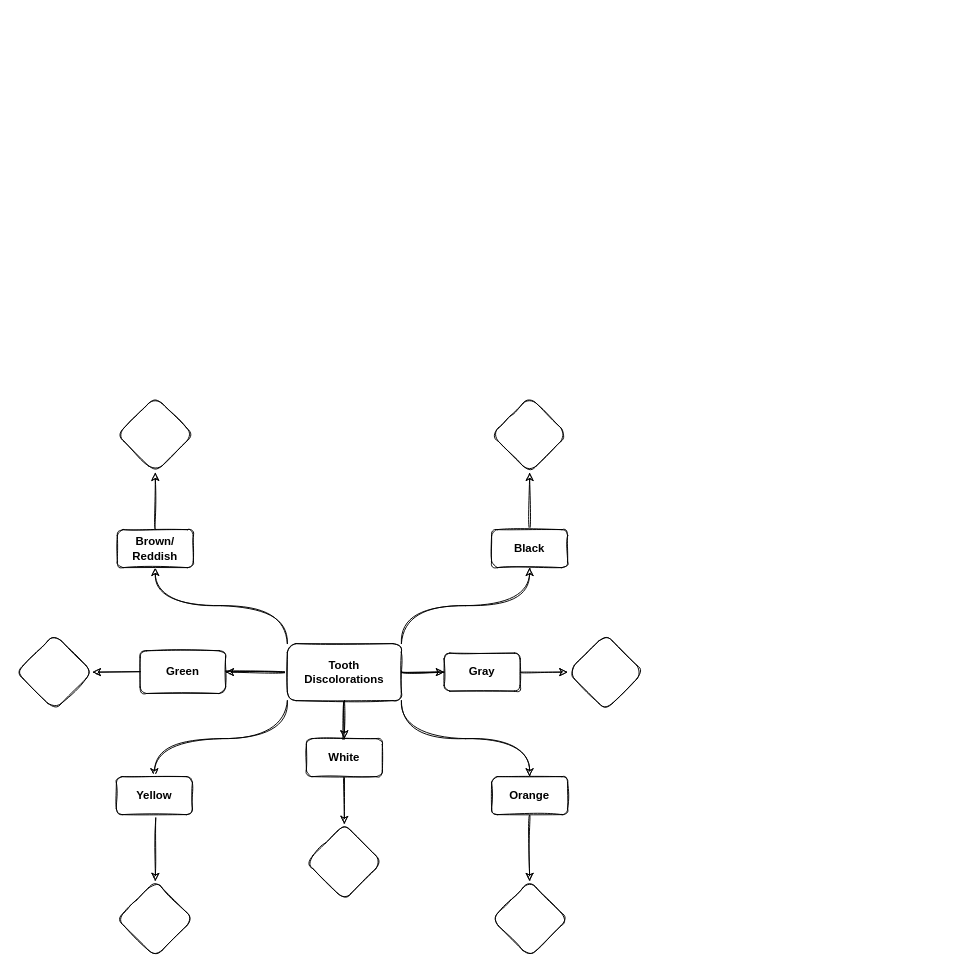
This is Tooth Discolorations.drawio from Muhammad-Nabeel-Sh/Clinical-Decision-Making, a draw.io file, before an edit. Source tidied: cells renumbered, new cells numbered last; positions are measured from the earlier drawing's top-left corner, leaving out a move shared by most shapes. Both pictures are drawn from the tidied source at 95%, with x=0, y=0 at pixel (16, 396).
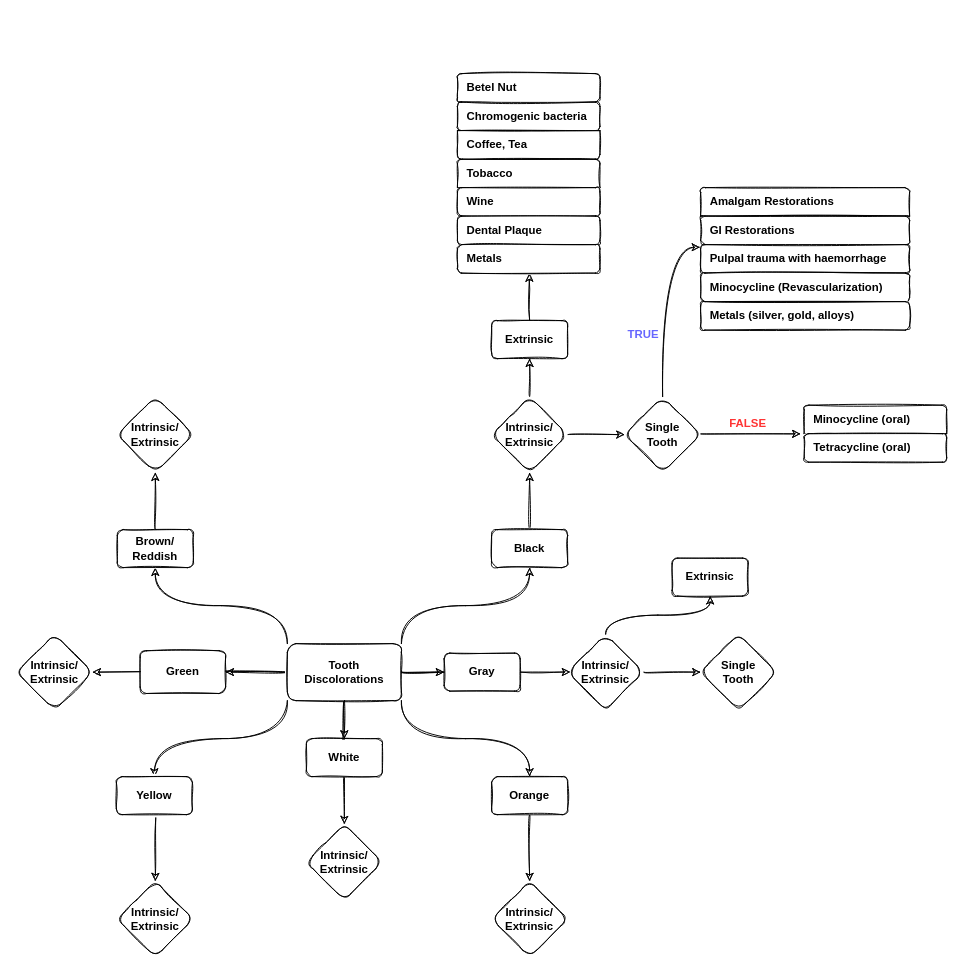
Above is the later version.

The change refers to these unchanged cells:
```xml
<mxCell id="21" value="Gray" style="rounded=1;whiteSpace=wrap;html=1;sketch=1;fontSize=12;fontStyle=1;fontFamily=Helvetica;" parent="1" vertex="1">
  <mxGeometry x="450" y="270" width="80" height="40" as="geometry" />
</mxCell>
```

Diff of the diagram source:
```diff
@@
-    <mxCell id="3" style="edgeStyle=orthogonalEdgeStyle;jettySize=auto;html=1;curved=1;sketch=1;fontSize=12;fontStyle=1;fontFamily=Helvetica;startArrow=none;" parent="1" edge="1" source="21" target="14">
+    <mxCell id="3" style="edgeStyle=orthogonalEdgeStyle;jettySize=auto;html=1;curved=1;sketch=1;fontSize=12;fontStyle=1;fontFamily=Helvetica;startArrow=none;entryX=0.033;entryY=0.498;entryDx=0;entryDy=0;entryPerimeter=0;" parent="1" edge="1" source="21" target="41">
       <mxGeometry relative="1" as="geometry" />
     </mxCell>
@@
-    <mxCell id="13" style="rhombus;whiteSpace=wrap;html=1;rounded=1;sketch=1;fontSize=12;fontStyle=1;fontFamily=Helvetica;" parent="1" vertex="1">
+    <mxCell id="13" value="&lt;span&gt;Intrinsic/&lt;/span&gt;&lt;br&gt;&lt;span&gt;Extrinsic&lt;/span&gt;" style="rhombus;whiteSpace=wrap;html=1;rounded=1;sketch=1;fontSize=12;fontStyle=1;fontFamily=Helvetica;" parent="1" vertex="1">
       <mxGeometry x="305" y="450" width="80" height="80" as="geometry" />
     </mxCell>
-    <mxCell id="14" style="rhombus;whiteSpace=wrap;html=1;rounded=1;sketch=1;fontSize=12;fontStyle=1;fontFamily=Helvetica;" parent="1" vertex="1">
-      <mxGeometry x="580" y="250" width="80" height="80" as="geometry" />
-    </mxCell>
@@
-    <mxCell id="16" style="rhombus;whiteSpace=wrap;html=1;rounded=1;sketch=1;fontSize=12;fontStyle=1;fontFamily=Helvetica;" parent="1" vertex="1">
+    <mxCell id="16" value="&lt;span&gt;Intrinsic/&lt;/span&gt;&lt;br&gt;&lt;span&gt;Extrinsic&lt;/span&gt;" style="rhombus;whiteSpace=wrap;html=1;rounded=1;sketch=1;fontSize=12;fontStyle=1;fontFamily=Helvetica;" parent="1" vertex="1">
       <mxGeometry y="250" width="80" height="80" as="geometry" />
     </mxCell>
@@
-    <mxCell id="24" style="rhombus;whiteSpace=wrap;html=1;rounded=1;sketch=1;fontSize=12;fontStyle=1;fontFamily=Helvetica;" parent="1" vertex="1">
+    <mxCell id="24" value="&lt;span&gt;Intrinsic/&lt;/span&gt;&lt;br&gt;&lt;span&gt;Extrinsic&lt;/span&gt;" style="rhombus;whiteSpace=wrap;html=1;rounded=1;sketch=1;fontSize=12;fontStyle=1;fontFamily=Helvetica;" parent="1" vertex="1">
       <mxGeometry x="500" y="510" width="80" height="80" as="geometry" />
     </mxCell>
-    <mxCell id="25" style="rhombus;whiteSpace=wrap;html=1;rounded=1;sketch=1;fontStyle=1;" parent="1" vertex="1">
+    <mxCell id="25" value="&lt;span&gt;Intrinsic/&lt;/span&gt;&lt;br&gt;&lt;span&gt;Extrinsic&lt;/span&gt;" style="rhombus;whiteSpace=wrap;html=1;rounded=1;sketch=1;fontStyle=1;" parent="1" vertex="1">
       <mxGeometry x="106" y="510" width="80" height="80" as="geometry" />
     </mxCell>
@@
-    <mxCell id="28" style="rhombus;whiteSpace=wrap;html=1;rounded=1;sketch=1;fontStyle=1;" parent="1" vertex="1">
+    <mxCell id="28" value="Intrinsic/&lt;br&gt;Extrinsic" style="rhombus;whiteSpace=wrap;html=1;rounded=1;sketch=1;fontStyle=1;" parent="1" vertex="1">
       <mxGeometry x="106" width="80" height="80" as="geometry" />
     </mxCell>
@@
+    <mxCell id="32" style="edgeStyle=orthogonalEdgeStyle;curved=1;rounded=1;sketch=1;jettySize=auto;html=1;fontFamily=Helvetica;fontSize=12;" parent="1" edge="1" source="31" target="35">
+      <mxGeometry relative="1" as="geometry" />
+    </mxCell>
+    <mxCell id="33" style="edgeStyle=orthogonalEdgeStyle;curved=1;rounded=1;sketch=1;jettySize=auto;html=1;fontFamily=Helvetica;fontSize=12;" parent="1" edge="1" source="31" target="38">
+      <mxGeometry relative="1" as="geometry" />
+    </mxCell>
-    <mxCell id="31" style="rhombus;whiteSpace=wrap;html=1;rounded=1;sketch=1;fontStyle=1;" parent="1" vertex="1">
+    <mxCell id="31" value="&lt;span&gt;Intrinsic/&lt;/span&gt;&lt;br&gt;&lt;span&gt;Extrinsic&lt;/span&gt;" style="rhombus;whiteSpace=wrap;html=1;rounded=1;sketch=1;fontStyle=1;" parent="1" vertex="1">
       <mxGeometry x="500" width="80" height="80" as="geometry" />
     </mxCell>
+    <mxCell id="34" style="edgeStyle=orthogonalEdgeStyle;curved=1;rounded=1;sketch=1;jettySize=auto;html=1;fontFamily=Helvetica;fontSize=12;entryX=0.504;entryY=1.01;entryDx=0;entryDy=0;entryPerimeter=0;" parent="1" edge="1" source="35" target="48">
+      <mxGeometry relative="1" as="geometry" />
+    </mxCell>
+    <mxCell id="35" value="Extrinsic" style="whiteSpace=wrap;html=1;rounded=1;sketch=1;fontStyle=1;" parent="1" vertex="1">
+      <mxGeometry x="500" y="-80" width="80" height="40" as="geometry" />
+    </mxCell>
+    <mxCell id="36" style="edgeStyle=orthogonalEdgeStyle;curved=1;rounded=1;sketch=1;jettySize=auto;html=1;entryX=-0.026;entryY=1.007;entryDx=0;entryDy=0;entryPerimeter=0;fontFamily=Helvetica;fontSize=12;exitX=1;exitY=0.5;exitDx=0;exitDy=0;" parent="1" edge="1" source="38" target="60">
+      <mxGeometry relative="1" as="geometry">
+        <Array as="points">
+          <mxPoint x="826" y="40" />
+        </Array>
+      </mxGeometry>
+    </mxCell>
+    <mxCell id="37" style="edgeStyle=orthogonalEdgeStyle;curved=1;rounded=1;sketch=1;jettySize=auto;html=1;entryX=-0.003;entryY=0.094;entryDx=0;entryDy=0;entryPerimeter=0;fontFamily=Helvetica;fontSize=12;" parent="1" edge="1" source="38" target="56">
+      <mxGeometry relative="1" as="geometry" />
+    </mxCell>
+    <mxCell id="38" value="Single &lt;br&gt;Tooth" style="rhombus;whiteSpace=wrap;html=1;rounded=1;sketch=1;fontStyle=1;" parent="1" vertex="1">
+      <mxGeometry x="640" width="80" height="80" as="geometry" />
+    </mxCell>
+    <mxCell id="39" style="edgeStyle=orthogonalEdgeStyle;curved=1;rounded=1;sketch=1;jettySize=auto;html=1;fontFamily=Helvetica;fontSize=12;exitX=0.5;exitY=0;exitDx=0;exitDy=0;" parent="1" edge="1" source="41" target="42">
+      <mxGeometry relative="1" as="geometry" />
+    </mxCell>
+    <mxCell id="40" style="edgeStyle=orthogonalEdgeStyle;curved=1;rounded=1;sketch=1;jettySize=auto;html=1;fontFamily=Helvetica;fontSize=12;" parent="1" edge="1" source="41" target="43">
+      <mxGeometry relative="1" as="geometry" />
+    </mxCell>
+    <mxCell id="41" value="&lt;span&gt;Intrinsic/&lt;/span&gt;&lt;br&gt;&lt;span&gt;Extrinsic&lt;/span&gt;" style="rhombus;whiteSpace=wrap;html=1;rounded=1;sketch=1;fontStyle=1;" parent="1" vertex="1">
+      <mxGeometry x="580" y="250" width="80" height="80" as="geometry" />
+    </mxCell>
+    <mxCell id="42" value="Extrinsic" style="whiteSpace=wrap;html=1;rounded=1;sketch=1;fontStyle=1;" parent="1" vertex="1">
+      <mxGeometry x="690" y="170" width="80" height="40" as="geometry" />
+    </mxCell>
+    <mxCell id="43" value="Single &lt;br&gt;Tooth" style="rhombus;whiteSpace=wrap;html=1;rounded=1;sketch=1;fontStyle=1;" parent="1" vertex="1">
+      <mxGeometry x="720" y="250" width="80" height="80" as="geometry" />
+    </mxCell>
+    <mxCell id="44" style="html=1;shadow=0;dashed=0;shape=mxgraph.bootstrap.rrect;rSize=5;html=1;whiteSpace=wrap;rounded=1;sketch=1;fontFamily=Helvetica;fontSize=12;fontStyle=0;" parent="1" vertex="1">
+      <mxGeometry x="464" y="-250" width="150" height="150" as="geometry" />
+    </mxCell>
+    <mxCell id="45" value="Tobacco" style="strokeColor=inherit;fillColor=inherit;gradientColor=inherit;fontColor=inherit;html=1;shadow=0;dashed=0;shape=mxgraph.bootstrap.topButton;rSize=5;perimeter=none;whiteSpace=wrap;align=left;spacing=10;rounded=1;sketch=1;fontFamily=Helvetica;fontSize=12;fontStyle=1;" parent="44" vertex="1">
+      <mxGeometry width="150" height="30" relative="1" as="geometry" />
+    </mxCell>
+    <mxCell id="46" value="Wine" style="strokeColor=inherit;fillColor=inherit;gradientColor=inherit;fontColor=inherit;html=1;shadow=0;dashed=0;perimeter=none;whiteSpace=wrap;align=left;spacing=10;rounded=1;sketch=1;fontFamily=Helvetica;fontSize=12;fontStyle=1;" parent="44" vertex="1">
+      <mxGeometry width="150" height="30" relative="1" as="geometry">
+        <mxPoint y="30" as="offset" />
+      </mxGeometry>
+    </mxCell>
+    <mxCell id="47" value="Dental Plaque" style="strokeColor=inherit;fillColor=inherit;gradientColor=inherit;fontColor=inherit;html=1;shadow=0;dashed=0;perimeter=none;whiteSpace=wrap;align=left;spacing=10;rounded=1;sketch=1;fontFamily=Helvetica;fontSize=12;fontStyle=1;" parent="44" vertex="1">
+      <mxGeometry width="150" height="30" relative="1" as="geometry">
+        <mxPoint y="60" as="offset" />
+      </mxGeometry>
+    </mxCell>
+    <mxCell id="48" value="Metals" style="strokeColor=inherit;fillColor=inherit;gradientColor=inherit;fontColor=inherit;html=1;shadow=0;dashed=0;perimeter=none;whiteSpace=wrap;align=left;spacing=10;rounded=1;sketch=1;fontFamily=Helvetica;fontSize=12;fontStyle=1;" parent="44" vertex="1">
+      <mxGeometry width="150" height="30" relative="1" as="geometry">
+        <mxPoint y="90" as="offset" />
+      </mxGeometry>
+    </mxCell>
+    <mxCell id="49" style="html=1;shadow=0;dashed=0;shape=mxgraph.bootstrap.rrect;rSize=5;html=1;whiteSpace=wrap;rounded=1;sketch=1;fontFamily=Helvetica;fontSize=12;fontStyle=1;" parent="1" vertex="1">
+      <mxGeometry x="464" y="-400" width="150" height="150" as="geometry" />
+    </mxCell>
+    <mxCell id="50" value="Betel Nut&lt;span style=&quot;white-space: pre&quot;&gt; &lt;/span&gt;" style="strokeColor=inherit;fillColor=inherit;gradientColor=inherit;fontColor=inherit;html=1;shadow=0;dashed=0;perimeter=none;whiteSpace=wrap;align=left;spacing=10;rounded=1;sketch=1;fontFamily=Helvetica;fontSize=12;fontStyle=1;" parent="49" vertex="1">
+      <mxGeometry width="150" height="30" relative="1" as="geometry">
+        <mxPoint y="60" as="offset" />
+      </mxGeometry>
+    </mxCell>
+    <mxCell id="51" value="Chromogenic bacteria" style="strokeColor=inherit;fillColor=inherit;gradientColor=inherit;fontColor=inherit;html=1;shadow=0;dashed=0;perimeter=none;whiteSpace=wrap;align=left;spacing=10;rounded=1;sketch=1;fontFamily=Helvetica;fontSize=12;fontStyle=1;" parent="49" vertex="1">
+      <mxGeometry width="150" height="30" relative="1" as="geometry">
+        <mxPoint y="90" as="offset" />
+      </mxGeometry>
+    </mxCell>
+    <mxCell id="52" value="Coffee, Tea" style="strokeColor=inherit;fillColor=inherit;gradientColor=inherit;fontColor=inherit;html=1;shadow=0;dashed=0;shape=mxgraph.bootstrap.bottomButton;rSize=5;perimeter=none;whiteSpace=wrap;align=left;spacing=10;rounded=1;sketch=1;fontFamily=Helvetica;fontSize=12;fontStyle=1;" parent="49" vertex="1">
+      <mxGeometry y="1" width="150" height="30" relative="1" as="geometry">
+        <mxPoint y="-30" as="offset" />
+      </mxGeometry>
+    </mxCell>
+    <mxCell id="53" style="html=1;shadow=0;dashed=0;shape=mxgraph.bootstrap.rrect;rSize=5;html=1;whiteSpace=wrap;rounded=1;sketch=1;fontFamily=Helvetica;fontSize=12;fontStyle=0;" parent="1" vertex="1">
+      <mxGeometry x="720" y="-220" width="220" height="150" as="geometry" />
+    </mxCell>
+    <mxCell id="54" value="Amalgam Restorations" style="strokeColor=inherit;fillColor=inherit;gradientColor=inherit;fontColor=inherit;html=1;shadow=0;dashed=0;shape=mxgraph.bootstrap.topButton;rSize=5;perimeter=none;whiteSpace=wrap;align=left;spacing=10;rounded=1;sketch=1;fontFamily=Helvetica;fontSize=12;fontStyle=1;" parent="53" vertex="1">
+      <mxGeometry width="220" height="30" relative="1" as="geometry" />
+    </mxCell>
+    <mxCell id="55" value="GI Restorations" style="strokeColor=inherit;fillColor=inherit;gradientColor=inherit;fontColor=inherit;html=1;shadow=0;dashed=0;perimeter=none;whiteSpace=wrap;align=left;spacing=10;rounded=1;sketch=1;fontFamily=Helvetica;fontSize=12;fontStyle=1;" parent="53" vertex="1">
+      <mxGeometry width="220" height="30" relative="1" as="geometry">
+        <mxPoint y="30" as="offset" />
+      </mxGeometry>
+    </mxCell>
+    <mxCell id="56" value="Pulpal trauma with haemorrhage" style="strokeColor=inherit;fillColor=inherit;gradientColor=inherit;fontColor=inherit;html=1;shadow=0;dashed=0;perimeter=none;whiteSpace=wrap;align=left;spacing=10;rounded=1;sketch=1;fontFamily=Helvetica;fontSize=12;fontStyle=1;" parent="53" vertex="1">
+      <mxGeometry width="220" height="30" relative="1" as="geometry">
+        <mxPoint y="60" as="offset" />
+      </mxGeometry>
+    </mxCell>
+    <mxCell id="57" value="Minocycline (Revascularization)" style="strokeColor=inherit;fillColor=inherit;gradientColor=inherit;fontColor=inherit;html=1;shadow=0;dashed=0;perimeter=none;whiteSpace=wrap;align=left;spacing=10;rounded=1;sketch=1;fontFamily=Helvetica;fontSize=12;fontStyle=1;" parent="53" vertex="1">
+      <mxGeometry width="220" height="30" relative="1" as="geometry">
+        <mxPoint y="90" as="offset" />
+      </mxGeometry>
+    </mxCell>
+    <mxCell id="58" value="Metals (silver, gold, alloys)" style="strokeColor=inherit;fillColor=inherit;gradientColor=inherit;fontColor=inherit;html=1;shadow=0;dashed=0;perimeter=none;whiteSpace=wrap;align=left;spacing=10;rounded=1;sketch=1;fontFamily=Helvetica;fontSize=12;fontStyle=1;" parent="53" vertex="1">
+      <mxGeometry width="220" height="30" relative="1" as="geometry">
+        <mxPoint y="120" as="offset" />
+      </mxGeometry>
+    </mxCell>
+    <mxCell id="59" style="html=1;shadow=0;dashed=0;shape=mxgraph.bootstrap.rrect;rSize=5;html=1;whiteSpace=wrap;rounded=1;sketch=1;fontFamily=Helvetica;fontSize=12;fontStyle=0;" parent="1" vertex="1">
+      <mxGeometry x="829" y="9" width="150" height="60" as="geometry" />
+    </mxCell>
+    <mxCell id="60" value="Minocycline (oral)" style="strokeColor=inherit;fillColor=inherit;gradientColor=inherit;fontColor=inherit;html=1;shadow=0;dashed=0;shape=mxgraph.bootstrap.topButton;rSize=5;perimeter=none;whiteSpace=wrap;align=left;spacing=10;rounded=1;sketch=1;fontFamily=Helvetica;fontSize=12;fontStyle=1;" parent="59" vertex="1">
+      <mxGeometry width="150" height="30" relative="1" as="geometry" />
+    </mxCell>
+    <mxCell id="61" value="Tetracycline (oral)" style="strokeColor=inherit;fillColor=inherit;gradientColor=inherit;fontColor=inherit;html=1;shadow=0;dashed=0;perimeter=none;whiteSpace=wrap;align=left;spacing=10;rounded=1;sketch=1;fontFamily=Helvetica;fontSize=12;fontStyle=1;" parent="59" vertex="1">
+      <mxGeometry width="150" height="30" relative="1" as="geometry">
+        <mxPoint y="30" as="offset" />
+      </mxGeometry>
+    </mxCell>
+    <mxCell id="62" value="TRUE" style="text;html=1;strokeColor=none;fillColor=none;align=center;verticalAlign=middle;whiteSpace=wrap;rounded=0;sketch=1;fontFamily=Helvetica;fontSize=12;fontStyle=1;fontColor=#6666FF;labelBackgroundColor=none;labelBorderColor=none;" parent="1" vertex="1">
+      <mxGeometry x="630" y="-80" width="60" height="30" as="geometry" />
+    </mxCell>
+    <mxCell id="63" value="FALSE" style="text;html=1;strokeColor=none;fillColor=none;align=center;verticalAlign=middle;whiteSpace=wrap;rounded=0;sketch=1;fontFamily=Helvetica;fontSize=12;fontStyle=1;fontColor=#FF3333;labelBackgroundColor=none;labelBorderColor=none;" parent="1" vertex="1">
+      <mxGeometry x="740" y="14" width="60" height="30" as="geometry" />
+    </mxCell>
```
